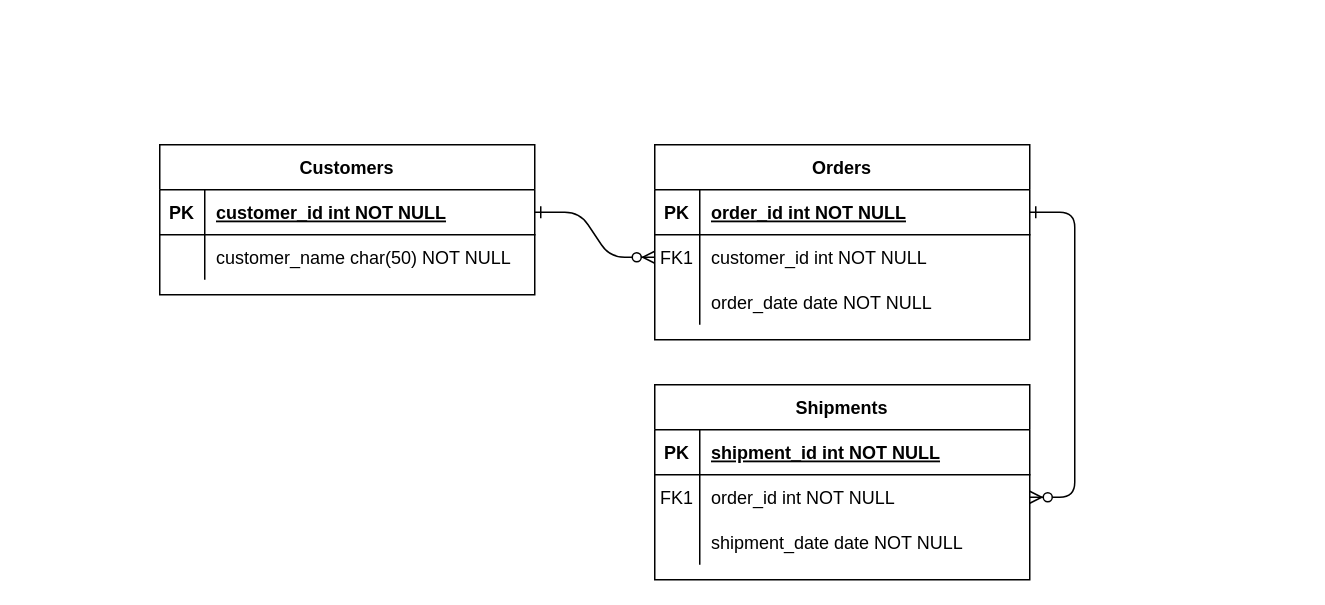
Above: Untitled Diagram.drawio in ProfOscar/online-register (draw.io), before the change. Source tidied: cells renumbered, new cells numbered last; positions are measured from the earlier drawing's top-left corner, leaving out a move shared by most shapes. Both pictures are drawn from the tidied source at 150%, with x=0, y=0 at pixel (159, 144).
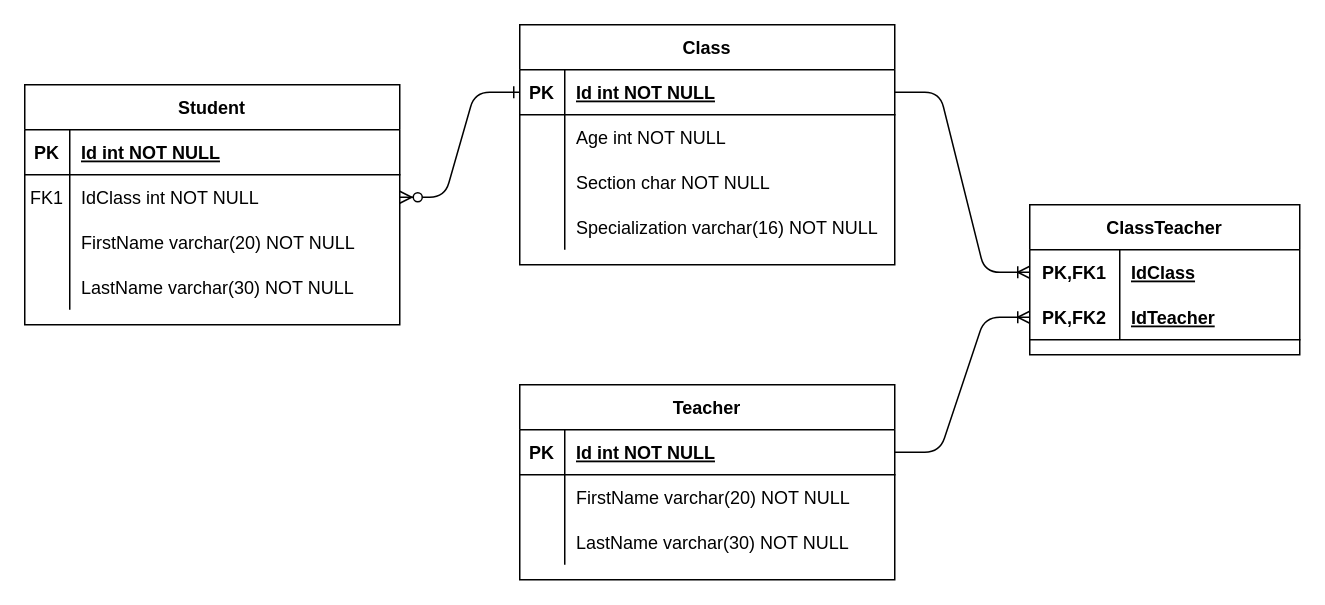
The same diagram, later.

Commit message:
Added Student, Class, Teacher and their relationships

The change refers to these unchanged cells:
```xml
<mxCell id="5" style="shape=partialRectangle;fillColor=none;points=[[0,0.5],[1,0.5]];portConstraint=eastwest;top=0;left=0;right=0;bottom=1;" parent="4" vertex="1">
  <mxGeometry y="30" width="250" height="30" as="geometry" />
</mxCell>
<mxCell id="8" style="shape=partialRectangle;fillColor=none;points=[[0,0.5],[1,0.5]];portConstraint=eastwest;top=0;left=0;right=0;bottom=0;" parent="4" vertex="1">
  <mxGeometry y="60" width="250" height="30" as="geometry" />
</mxCell>
<mxCell id="11" style="shape=partialRectangle;fillColor=none;top=0;left=0;right=0;bottom=0;" parent="4" vertex="1">
  <mxGeometry y="90" width="250" height="30" as="geometry" />
</mxCell>
<mxCell id="15" style="shape=partialRectangle;fillColor=none;points=[[0,0.5],[1,0.5]];portConstraint=eastwest;top=0;left=0;right=0;bottom=1;" parent="14" vertex="1">
  <mxGeometry y="30" width="250" height="30" as="geometry" />
</mxCell>
<mxCell id="18" style="shape=partialRectangle;fillColor=none;points=[[0,0.5],[1,0.5]];portConstraint=eastwest;top=0;left=0;right=0;bottom=0;" parent="14" vertex="1">
  <mxGeometry y="60" width="250" height="30" as="geometry" />
</mxCell>
<mxCell id="21" style="shape=partialRectangle;fillColor=none;top=0;left=0;right=0;bottom=0;" parent="14" vertex="1">
  <mxGeometry y="90" width="250" height="30" as="geometry" />
</mxCell>
<mxCell id="25" style="shape=partialRectangle;fillColor=none;points=[[0,0.5],[1,0.5]];portConstraint=eastwest;top=0;left=0;right=0;bottom=1;" parent="24" vertex="1">
  <mxGeometry y="30" width="250" height="30" as="geometry" />
</mxCell>
```

Diff of the diagram source:
```diff
@@
-    <mxCell id="2" style="edgeStyle=entityRelationEdgeStyle;endArrow=ERzeroToMany;startArrow=ERone;endFill=1;startFill=0;" parent="1" edge="1" source="25" target="8">
-      <mxGeometry relative="1" as="geometry" />
-    </mxCell>
-    <mxCell id="3" style="edgeStyle=entityRelationEdgeStyle;endArrow=ERzeroToMany;startArrow=ERone;endFill=1;startFill=0;" parent="1" edge="1" source="5" target="18">
-      <mxGeometry relative="1" as="geometry" />
-    </mxCell>
-    <mxCell id="4" value="Orders" style="shape=table;startSize=30;childLayout=tableLayout;rowLines=0;fontStyle=1;align=center;" parent="1" vertex="1">
-      <mxGeometry x="330" width="250" height="130" as="geometry" />
+    <mxCell id="4" value="Class" style="shape=table;startSize=30;childLayout=tableLayout;rowLines=0;fontStyle=1;align=center;" parent="1" vertex="1">
+      <mxGeometry x="240" y="-80" width="250" height="160" as="geometry" />
     </mxCell>
@@
-    <mxCell id="7" value="order_id int NOT NULL " style="shape=partialRectangle;overflow=hidden;fillColor=none;top=0;left=0;bottom=0;right=0;align=left;spacingLeft=6;fontStyle=5;" parent="5" vertex="1">
+    <mxCell id="7" value="Id int NOT NULL " style="shape=partialRectangle;overflow=hidden;fillColor=none;top=0;left=0;bottom=0;right=0;align=left;spacingLeft=6;fontStyle=5;" parent="5" vertex="1">
       <mxGeometry x="30" width="220" height="30" as="geometry" />
     </mxCell>
@@
-    <mxCell id="9" value="FK1" style="shape=partialRectangle;overflow=hidden;fillColor=none;top=0;left=0;bottom=0;right=0;" parent="8" vertex="1">
+    <mxCell id="9" style="shape=partialRectangle;overflow=hidden;fillColor=none;top=0;left=0;bottom=0;right=0;" parent="8" vertex="1">
       <mxGeometry width="30" height="30" as="geometry" />
     </mxCell>
-    <mxCell id="10" value="customer_id int NOT NULL" style="shape=partialRectangle;overflow=hidden;fillColor=none;top=0;left=0;bottom=0;right=0;align=left;spacingLeft=6;" parent="8" vertex="1">
+    <mxCell id="10" value="Age int NOT NULL" style="shape=partialRectangle;overflow=hidden;fillColor=none;top=0;left=0;bottom=0;right=0;align=left;spacingLeft=6;" parent="8" vertex="1">
       <mxGeometry x="30" width="220" height="30" as="geometry" />
     </mxCell>
@@
-    <mxCell id="13" value="order_date date NOT NULL" style="shape=partialRectangle;overflow=hidden;fillColor=none;top=0;left=0;bottom=0;right=0;align=left;spacingLeft=6;" parent="11" vertex="1">
+    <mxCell id="13" value="Section char NOT NULL" style="shape=partialRectangle;overflow=hidden;fillColor=none;top=0;left=0;bottom=0;right=0;align=left;spacingLeft=6;" parent="11" vertex="1">
       <mxGeometry x="30" width="220" height="30" as="geometry" />
     </mxCell>
+    <mxCell id="31" style="shape=partialRectangle;fillColor=none;top=0;left=0;right=0;bottom=0;" parent="4" vertex="1">
+      <mxGeometry y="120" width="250" height="30" as="geometry" />
+    </mxCell>
+    <mxCell id="32" style="shape=partialRectangle;overflow=hidden;fillColor=none;top=0;left=0;bottom=0;right=0;" parent="31" vertex="1">
+      <mxGeometry width="30" height="30" as="geometry" />
+    </mxCell>
+    <mxCell id="33" value="Specialization varchar(16) NOT NULL" style="shape=partialRectangle;overflow=hidden;fillColor=none;top=0;left=0;bottom=0;right=0;align=left;spacingLeft=6;" parent="31" vertex="1">
+      <mxGeometry x="30" width="220" height="30" as="geometry" />
+    </mxCell>
+    <mxCell id="2" style="edgeStyle=entityRelationEdgeStyle;endArrow=ERzeroToMany;startArrow=ERone;endFill=1;startFill=0;exitX=0;exitY=0.5;exitDx=0;exitDy=0;entryX=1;entryY=0.5;entryDx=0;entryDy=0;" parent="1" edge="1" source="5" target="34">
+      <mxGeometry relative="1" as="geometry" />
+    </mxCell>
-    <mxCell id="14" value="Shipments" style="shape=table;startSize=30;childLayout=tableLayout;rowLines=0;fontStyle=1;align=center;" parent="1" vertex="1">
-      <mxGeometry x="330" y="160" width="250" height="130" as="geometry" />
+    <mxCell id="14" value="Teacher" style="shape=table;startSize=30;childLayout=tableLayout;rowLines=0;fontStyle=1;align=center;" parent="1" vertex="1">
+      <mxGeometry x="240" y="160" width="250" height="130" as="geometry" />
     </mxCell>
@@
-    <mxCell id="17" value="shipment_id int NOT NULL " style="shape=partialRectangle;overflow=hidden;fillColor=none;top=0;left=0;bottom=0;right=0;align=left;spacingLeft=6;fontStyle=5;" parent="15" vertex="1">
+    <mxCell id="17" value="Id int NOT NULL " style="shape=partialRectangle;overflow=hidden;fillColor=none;top=0;left=0;bottom=0;right=0;align=left;spacingLeft=6;fontStyle=5;" parent="15" vertex="1">
       <mxGeometry x="30" width="220" height="30" as="geometry" />
     </mxCell>
@@
-    <mxCell id="19" value="FK1" style="shape=partialRectangle;overflow=hidden;fillColor=none;top=0;left=0;bottom=0;right=0;" parent="18" vertex="1">
+    <mxCell id="19" style="shape=partialRectangle;overflow=hidden;fillColor=none;top=0;left=0;bottom=0;right=0;" parent="18" vertex="1">
       <mxGeometry width="30" height="30" as="geometry" />
     </mxCell>
-    <mxCell id="20" value="order_id int NOT NULL" style="shape=partialRectangle;overflow=hidden;fillColor=none;top=0;left=0;bottom=0;right=0;align=left;spacingLeft=6;" parent="18" vertex="1">
+    <mxCell id="20" value="FirstName varchar(20) NOT NULL" style="shape=partialRectangle;overflow=hidden;fillColor=none;top=0;left=0;bottom=0;right=0;align=left;spacingLeft=6;" parent="18" vertex="1">
       <mxGeometry x="30" width="220" height="30" as="geometry" />
     </mxCell>
@@
-    <mxCell id="23" value="shipment_date date NOT NULL" style="shape=partialRectangle;overflow=hidden;fillColor=none;top=0;left=0;bottom=0;right=0;align=left;spacingLeft=6;" parent="21" vertex="1">
+    <mxCell id="23" value="LastName varchar(30) NOT NULL" style="shape=partialRectangle;overflow=hidden;fillColor=none;top=0;left=0;bottom=0;right=0;align=left;spacingLeft=6;" parent="21" vertex="1">
       <mxGeometry x="30" width="220" height="30" as="geometry" />
     </mxCell>
-    <mxCell id="24" value="Customers" style="shape=table;startSize=30;childLayout=tableLayout;rowLines=0;fontStyle=1;align=center;" parent="1" vertex="1">
-      <mxGeometry width="250" height="100" as="geometry" />
+    <mxCell id="24" value="Student" style="shape=table;startSize=30;childLayout=tableLayout;rowLines=0;fontStyle=1;align=center;" parent="1" vertex="1">
+      <mxGeometry x="-90" y="-40" width="250" height="160" as="geometry" />
     </mxCell>
@@
-    <mxCell id="27" value="customer_id int NOT NULL " style="shape=partialRectangle;overflow=hidden;fillColor=none;top=0;left=0;bottom=0;right=0;align=left;spacingLeft=6;fontStyle=5;" parent="25" vertex="1">
+    <mxCell id="27" value="Id int NOT NULL " style="shape=partialRectangle;overflow=hidden;fillColor=none;top=0;left=0;bottom=0;right=0;align=left;spacingLeft=6;fontStyle=5;" parent="25" vertex="1">
       <mxGeometry x="30" width="220" height="30" as="geometry" />
     </mxCell>
+    <mxCell id="34" style="shape=partialRectangle;fillColor=none;points=[[0,0.5],[1,0.5]];portConstraint=eastwest;top=0;left=0;right=0;bottom=0;" parent="24" vertex="1">
+      <mxGeometry y="60" width="250" height="30" as="geometry" />
+    </mxCell>
+    <mxCell id="35" value="FK1" style="shape=partialRectangle;overflow=hidden;fillColor=none;top=0;left=0;bottom=0;right=0;" parent="34" vertex="1">
+      <mxGeometry width="30" height="30" as="geometry" />
+    </mxCell>
+    <mxCell id="36" value="IdClass int NOT NULL" style="shape=partialRectangle;overflow=hidden;fillColor=none;top=0;left=0;bottom=0;right=0;align=left;spacingLeft=6;" parent="34" vertex="1">
+      <mxGeometry x="30" width="220" height="30" as="geometry" />
+    </mxCell>
     <mxCell id="28" style="shape=partialRectangle;fillColor=none;top=0;left=0;right=0;bottom=0;" parent="24" vertex="1">
-      <mxGeometry y="60" width="250" height="30" as="geometry" />
+      <mxGeometry y="90" width="250" height="30" as="geometry" />
     </mxCell>
@@
-    <mxCell id="30" value="customer_name char(50) NOT NULL" style="shape=partialRectangle;overflow=hidden;fillColor=none;top=0;left=0;bottom=0;right=0;align=left;spacingLeft=6;" parent="28" vertex="1">
+    <mxCell id="30" value="FirstName varchar(20) NOT NULL" style="shape=partialRectangle;overflow=hidden;fillColor=none;top=0;left=0;bottom=0;right=0;align=left;spacingLeft=6;" parent="28" vertex="1">
       <mxGeometry x="30" width="220" height="30" as="geometry" />
     </mxCell>
+    <mxCell id="37" style="shape=partialRectangle;fillColor=none;top=0;left=0;right=0;bottom=0;" parent="24" vertex="1">
+      <mxGeometry y="120" width="250" height="30" as="geometry" />
+    </mxCell>
+    <mxCell id="38" style="shape=partialRectangle;overflow=hidden;fillColor=none;top=0;left=0;bottom=0;right=0;" parent="37" vertex="1">
+      <mxGeometry width="30" height="30" as="geometry" />
+    </mxCell>
+    <mxCell id="39" value="LastName varchar(30) NOT NULL" style="shape=partialRectangle;overflow=hidden;fillColor=none;top=0;left=0;bottom=0;right=0;align=left;spacingLeft=6;" parent="37" vertex="1">
+      <mxGeometry x="30" width="220" height="30" as="geometry" />
+    </mxCell>
+    <mxCell id="40" value="ClassTeacher" style="shape=table;startSize=30;childLayout=tableLayout;rowLines=0;fontStyle=1;align=center;" parent="1" vertex="1">
+      <mxGeometry x="580" y="40" width="180" height="100" as="geometry" />
+    </mxCell>
+    <mxCell id="41" style="shape=partialRectangle;fillColor=none;top=0;left=0;bottom=0;right=0;points=[[0,0.5],[1,0.5]];portConstraint=eastwest;" parent="40" vertex="1">
+      <mxGeometry y="30" width="180" height="30" as="geometry" />
+    </mxCell>
+    <mxCell id="42" value="PK,FK1" style="shape=partialRectangle;fillColor=none;top=0;left=0;bottom=0;right=0;fontStyle=1;overflow=hidden;" parent="41" vertex="1">
+      <mxGeometry width="60" height="30" as="geometry" />
+    </mxCell>
+    <mxCell id="43" value="IdClass" style="shape=partialRectangle;fillColor=none;top=0;left=0;bottom=0;right=0;align=left;spacingLeft=6;fontStyle=5;overflow=hidden;" parent="41" vertex="1">
+      <mxGeometry x="60" width="120" height="30" as="geometry" />
+    </mxCell>
+    <mxCell id="44" style="shape=partialRectangle;fillColor=none;top=0;left=0;bottom=1;right=0;points=[[0,0.5],[1,0.5]];portConstraint=eastwest;" parent="40" vertex="1">
+      <mxGeometry y="60" width="180" height="30" as="geometry" />
+    </mxCell>
+    <mxCell id="45" value="PK,FK2" style="shape=partialRectangle;fillColor=none;top=0;left=0;bottom=0;right=0;fontStyle=1;overflow=hidden;" parent="44" vertex="1">
+      <mxGeometry width="60" height="30" as="geometry" />
+    </mxCell>
+    <mxCell id="46" value="IdTeacher" style="shape=partialRectangle;fillColor=none;top=0;left=0;bottom=0;right=0;align=left;spacingLeft=6;fontStyle=5;overflow=hidden;" parent="44" vertex="1">
+      <mxGeometry x="60" width="120" height="30" as="geometry" />
+    </mxCell>
+    <mxCell id="47" style="edgeStyle=entityRelationEdgeStyle;fontSize=12;html=1;endArrow=ERoneToMany;rounded=1;exitX=1;exitY=0.5;exitDx=0;exitDy=0;entryX=0;entryY=0.5;entryDx=0;entryDy=0;" parent="1" edge="1" source="15" target="44">
+      <mxGeometry relative="1" as="geometry" />
+    </mxCell>
+    <mxCell id="48" style="edgeStyle=entityRelationEdgeStyle;fontSize=12;html=1;endArrow=ERoneToMany;rounded=1;entryX=0;entryY=0.5;entryDx=0;entryDy=0;exitX=1;exitY=0.5;exitDx=0;exitDy=0;" parent="1" edge="1" source="5" target="41">
+      <mxGeometry relative="1" as="geometry" />
+    </mxCell>
```
